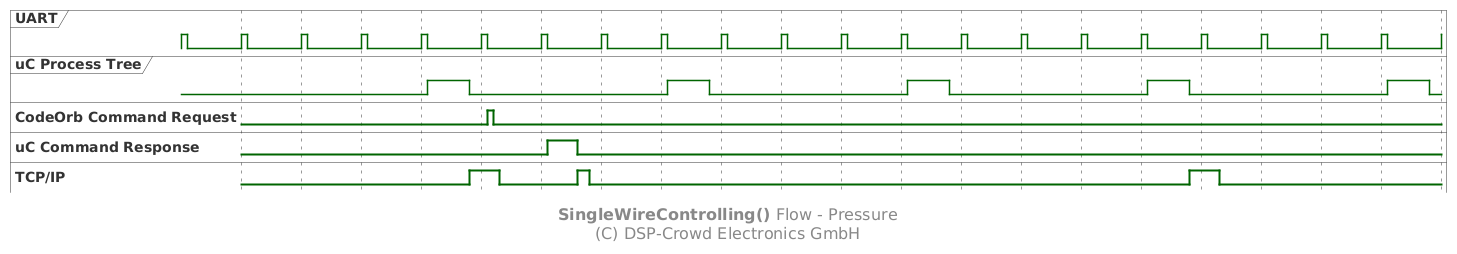
The PlantUML diagram doc/system/flow-pressure.png in NoOrientationProgramming/code-orb, before a commit.
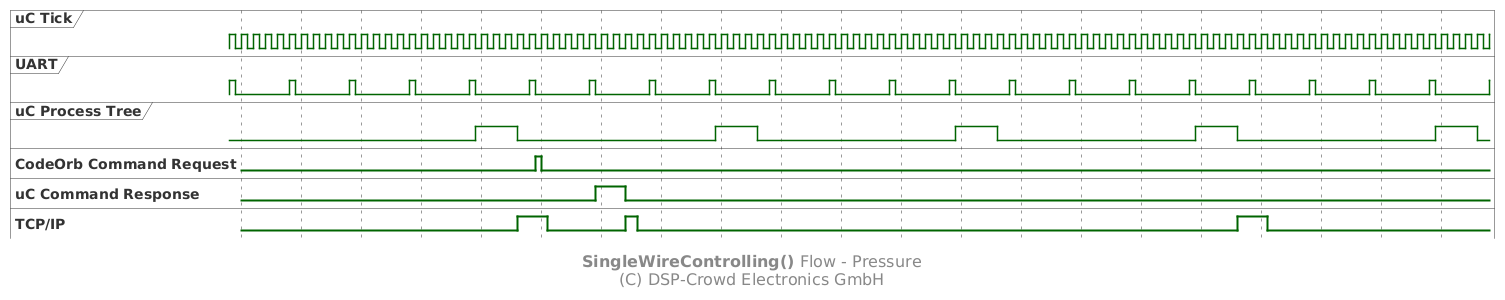
Above is the later version.

Diff of the diagram source:
```diff
@@ -6,6 +6,7 @@
 
 hide time-axis
 
+clock "uC Tick" as clkTick with period 2 pulse 1
 clock "UART" as clkWire with period 10 pulse 1
 clock "uC Process Tree" as clkUc with period 40 pulse 7 offset 41
 
```
